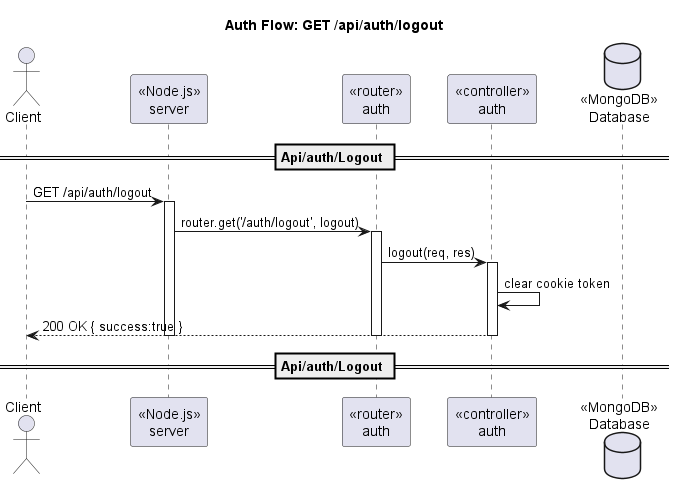
Earlier version of the PlantUML export out/docs/diagram/sequence/seq_auth_logout_get.png (098ff/ArtmaybeDEV).
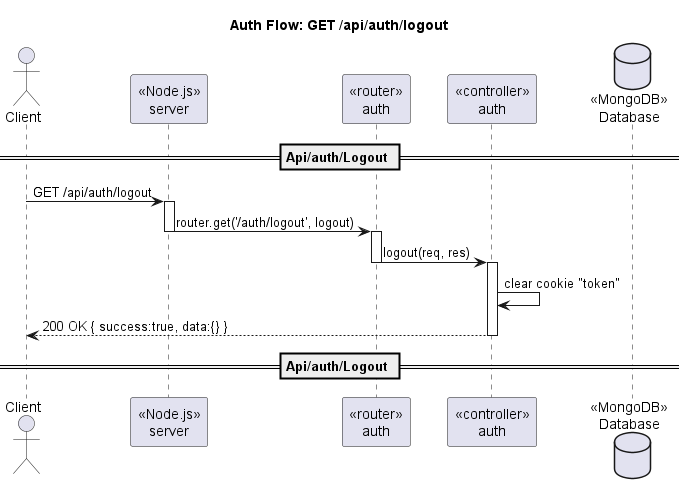
After the change.

Change to the diagram source:
```diff
@@ -10,13 +10,13 @@
 Client -> Server : GET /api/auth/logout
 activate Server
 Server -> Router : router.get('/auth/logout', logout)
+deactivate Server
 activate Router
 Router -> Ctrl : logout(req, res)
+deactivate Router
 activate Ctrl
-Ctrl -> Ctrl : clear cookie token
-Ctrl --> Client : 200 OK { success:true }
+Ctrl -> Ctrl : clear cookie "token"
+Ctrl --> Client : 200 OK { success:true, data:{} }
 deactivate Ctrl
-deactivate Router
-deactivate Server
 == Api/auth/Logout ==
 @enduml
```
